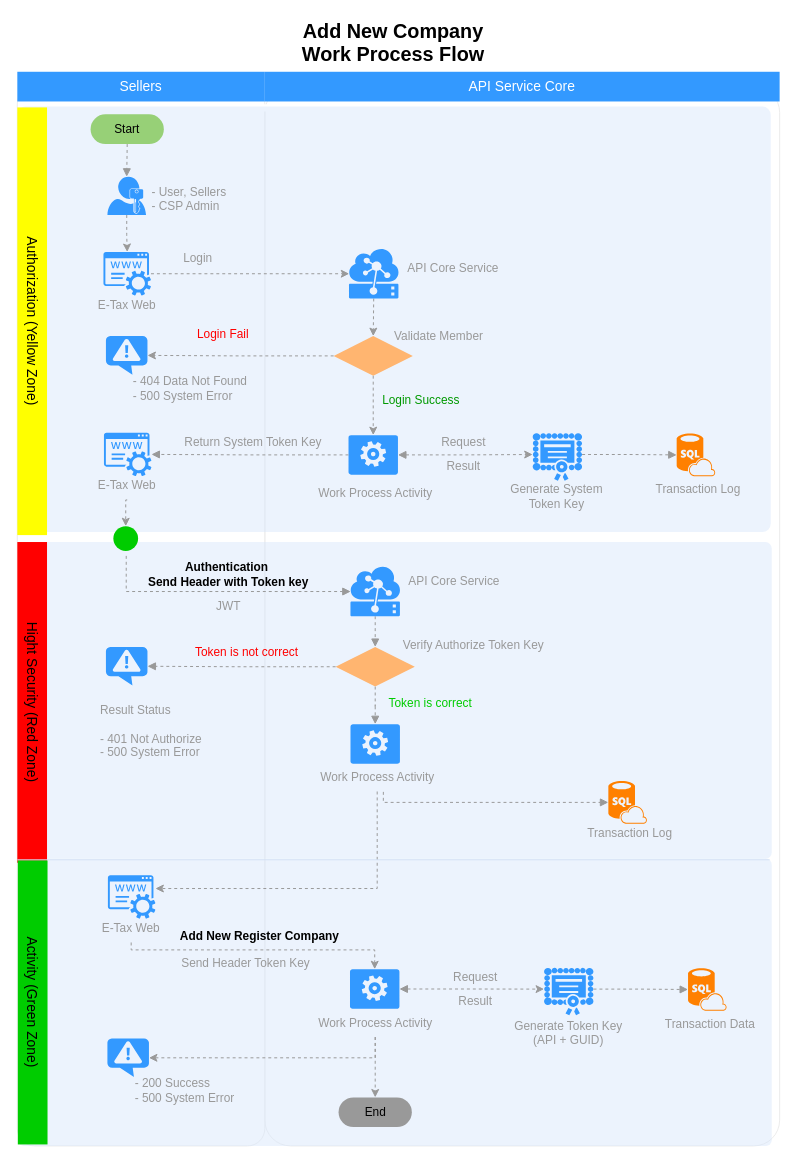
Above: Add New Company in the corporate.drawio in nirawat/eTax (draw.io), before the change. Source tidied: cells renumbered, new cells numbered last; positions are measured from the earlier drawing's top-left corner, leaving out a move shared by most shapes. Both pictures are drawn from the tidied source at 99%, with x=0, y=0 at pixel (-182, 17).
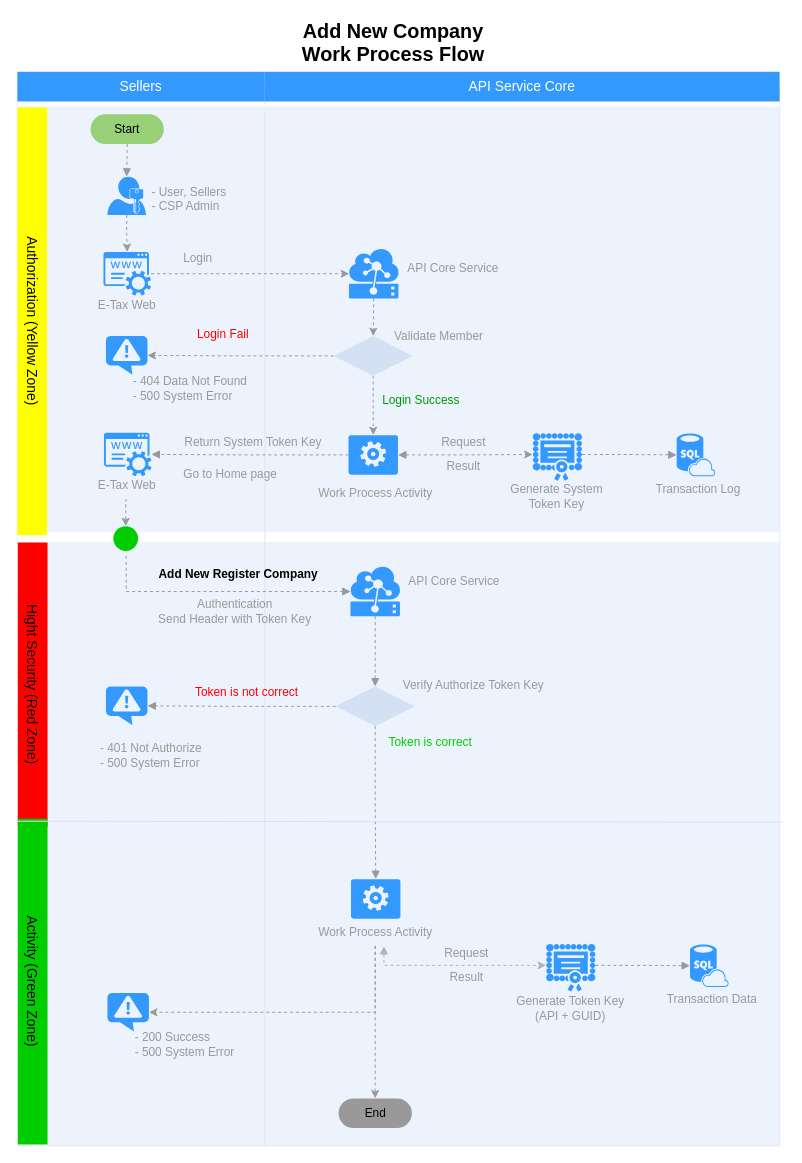
The same page after the edit.

Unchanged cells that the change refers to:
```xml
<mxCell id="17" style="group;" parent="16" vertex="1">
  <mxGeometry width="108" height="79" as="geometry" />
</mxCell>
<mxCell id="78" style="verticalLabelPosition=bottom;html=1;verticalAlign=top;align=center;strokeColor=none;fillColor=#3399FF;shape=mxgraph.azure.worker_role;fontSize=12;fontColor=#999999;" parent="77" vertex="1">
  <mxGeometry x="53" width="50" height="40" as="geometry" />
</mxCell>
```

The edit, as a diff of the source:
```diff
@@
-    <mxCell id="2" style="rounded=1;whiteSpace=wrap;html=1;strokeColor=#E6E6E6;strokeWidth=1;fillColor=#FFFFFF;fontFamily=Helvetica;fontSize=14;fontColor=#FFB366;opacity=75;verticalAlign=top;fontStyle=1;arcSize=5;" parent="1" vertex="1">
+    <mxCell id="2" style="rounded=1;whiteSpace=wrap;html=1;strokeColor=#E6E6E6;strokeWidth=1;fillColor=#FFFFFF;fontFamily=Helvetica;fontSize=14;fontColor=#FFB366;opacity=75;verticalAlign=top;fontStyle=1;arcSize=0;" parent="1" vertex="1">
       <mxGeometry x="451" y="70" width="520" height="1070" as="geometry" />
     </mxCell>
-    <mxCell id="3" style="rounded=1;whiteSpace=wrap;html=1;strokeColor=#E6E6E6;strokeWidth=1;fillColor=#FFFFFF;fontFamily=Helvetica;fontSize=14;fontColor=#FFB366;opacity=75;verticalAlign=top;fontStyle=1;arcSize=7;" parent="1" vertex="1">
+    <mxCell id="3" style="rounded=1;whiteSpace=wrap;html=1;strokeColor=#E6E6E6;strokeWidth=1;fillColor=#FFFFFF;fontFamily=Helvetica;fontSize=14;fontColor=#FFB366;opacity=75;verticalAlign=top;fontStyle=1;arcSize=0;" parent="1" vertex="1">
       <mxGeometry x="201" y="70" width="250" height="1070" as="geometry" />
     </mxCell>
@@
-    <mxCell id="5" style="rounded=1;whiteSpace=wrap;html=1;strokeColor=none;strokeWidth=1;fillColor=#dae8fc;fontSize=12;align=center;arcSize=2;opacity=50;" parent="1" vertex="1">
-      <mxGeometry x="202" y="850" width="761" height="290" as="geometry" />
+    <mxCell id="5" style="rounded=1;whiteSpace=wrap;html=1;strokeColor=none;strokeWidth=1;fillColor=#dae8fc;fontSize=12;align=center;arcSize=0;opacity=50;" parent="1" vertex="1">
+      <mxGeometry x="202" y="810" width="769" height="330" as="geometry" />
     </mxCell>
-    <mxCell id="6" style="rounded=1;whiteSpace=wrap;html=1;strokeColor=none;strokeWidth=1;fillColor=#dae8fc;fontSize=12;align=center;arcSize=2;opacity=50;" parent="1" vertex="1">
-      <mxGeometry x="202" y="530" width="761" height="320" as="geometry" />
+    <mxCell id="6" style="rounded=1;whiteSpace=wrap;html=1;strokeColor=none;strokeWidth=1;fillColor=#dae8fc;fontSize=12;align=center;arcSize=0;opacity=50;" parent="1" vertex="1">
+      <mxGeometry x="202" y="530" width="769" height="280" as="geometry" />
     </mxCell>
-    <mxCell id="7" style="rounded=1;whiteSpace=wrap;html=1;strokeColor=none;strokeWidth=1;fillColor=#dae8fc;fontSize=12;align=center;arcSize=2;opacity=50;" parent="1" vertex="1">
-      <mxGeometry x="201" y="90" width="761" height="430" as="geometry" />
+    <mxCell id="7" style="rounded=1;whiteSpace=wrap;html=1;strokeColor=none;strokeWidth=1;fillColor=#dae8fc;fontSize=12;align=center;arcSize=0;opacity=50;" parent="1" vertex="1">
+      <mxGeometry x="201" y="90" width="770" height="430" as="geometry" />
     </mxCell>
@@
     <mxCell id="11" style="verticalLabelPosition=bottom;html=1;verticalAlign=top;align=center;strokeColor=none;fillColor=#3399FF;shape=mxgraph.azure.notification_topic;fontSize=12;fontColor=#999999;" parent="1" vertex="1">
-      <mxGeometry x="290.5" y="636" width="42" height="39" as="geometry" />
+      <mxGeometry x="290.5" y="676" width="42" height="39" as="geometry" />
     </mxCell>
-    <mxCell id="12" value="Result Status&lt;br&gt;&lt;br&gt;- 401 Not Authorize&lt;br&gt;- 500 System Error&lt;br&gt;" style="text;html=1;strokeColor=none;fillColor=none;align=left;verticalAlign=middle;whiteSpace=wrap;rounded=0;fontSize=12;fontColor=#999999;" parent="1" vertex="1">
-      <mxGeometry x="283" y="682" width="143" height="77" as="geometry" />
+    <mxCell id="12" value="- 401 Not Authorize&lt;br&gt;- 500 System Error&lt;br&gt;" style="text;html=1;strokeColor=none;fillColor=none;align=left;verticalAlign=middle;whiteSpace=wrap;rounded=0;fontSize=12;fontColor=#999999;" parent="1" vertex="1">
+      <mxGeometry x="283" y="722" width="143" height="48" as="geometry" />
     </mxCell>
@@
-    <mxCell id="19" style="verticalLabelPosition=bottom;html=1;verticalAlign=top;align=center;strokeColor=none;fillColor=#FF8000;shape=mxgraph.azure.sql_database_sql_azure;fontSize=12;fontColor=#999999;" parent="17" vertex="1">
+    <mxCell id="19" style="verticalLabelPosition=bottom;html=1;verticalAlign=top;align=center;strokeColor=none;fillColor=#3399FF;shape=mxgraph.azure.sql_database_sql_azure;fontSize=12;fontColor=#999999;" parent="17" vertex="1">
       <mxGeometry x="31" y="10" width="39" height="43" as="geometry" />
     </mxCell>
@@
-    <mxCell id="43" style="edgeStyle=orthogonalEdgeStyle;rounded=0;jettySize=auto;html=1;exitX=0.5;exitY=1;exitDx=0;exitDy=0;dashed=1;startArrow=none;startFill=0;endArrow=block;endFill=1;strokeColor=#999999;" parent="1" edge="1" source="45" target="52">
+    <mxCell id="43" style="edgeStyle=orthogonalEdgeStyle;rounded=0;jettySize=auto;html=1;exitX=0.5;exitY=1;exitDx=0;exitDy=0;dashed=1;startArrow=none;startFill=0;endArrow=block;endFill=1;strokeColor=#999999;entryX=0.5;entryY=0;entryDx=0;entryDy=0;entryPerimeter=0;" parent="1" edge="1" source="45" target="78">
       <mxGeometry relative="1" as="geometry" />
     </mxCell>
@@
-    <mxCell id="45" style="rhombus;whiteSpace=wrap;html=1;strokeColor=none;strokeWidth=1;fillColor=#FFB570;fontSize=12;fontColor=#999999;align=left;" parent="1" vertex="1">
-      <mxGeometry x="522.5" y="636" width="80" height="40" as="geometry" />
+    <mxCell id="45" style="rhombus;whiteSpace=wrap;html=1;strokeColor=none;strokeWidth=1;fillColor=#D4E1F5;fontSize=12;fontColor=#999999;align=left;" parent="1" vertex="1">
+      <mxGeometry x="522.5" y="676" width="80" height="40" as="geometry" />
     </mxCell>
-    <mxCell id="46" value="Authentication&amp;nbsp;&lt;br&gt;Send Header with Token key&lt;br&gt;" style="text;html=1;strokeColor=none;fillColor=none;align=center;verticalAlign=middle;whiteSpace=wrap;rounded=0;fontSize=12;fontColor=#000000;fontStyle=1;" parent="1" vertex="1">
-      <mxGeometry x="318" y="546" width="193" height="34" as="geometry" />
+    <mxCell id="46" value="Add New Register Company&lt;br&gt;" style="text;html=1;strokeColor=none;fillColor=none;align=center;verticalAlign=middle;whiteSpace=wrap;rounded=0;fontSize=12;fontColor=#000000;fontStyle=1;" parent="1" vertex="1">
+      <mxGeometry x="318" y="546" width="213" height="34" as="geometry" />
     </mxCell>
@@
     <mxCell id="48" value="Token is correct" style="text;html=1;strokeColor=none;fillColor=none;align=center;verticalAlign=middle;whiteSpace=wrap;rounded=0;fontSize=12;fontColor=#00CC00;" parent="1" vertex="1">
-      <mxGeometry x="568" y="678.5" width="101" height="29" as="geometry" />
+      <mxGeometry x="568" y="718.5" width="101" height="29" as="geometry" />
     </mxCell>
     <mxCell id="49" value="Verify Authorize Token Key" style="text;html=1;strokeColor=none;fillColor=none;align=center;verticalAlign=middle;whiteSpace=wrap;rounded=0;fontSize=12;fontColor=#999999;" parent="1" vertex="1">
-      <mxGeometry x="582" y="620" width="160" height="29" as="geometry" />
+      <mxGeometry x="582" y="660" width="160" height="29" as="geometry" />
     </mxCell>
     <mxCell id="50" value="Token is not correct" style="text;html=1;strokeColor=none;fillColor=none;align=center;verticalAlign=middle;whiteSpace=wrap;rounded=0;fontSize=12;fontColor=#FF0000;" parent="1" vertex="1">
-      <mxGeometry x="371" y="627" width="124" height="29" as="geometry" />
+      <mxGeometry x="371" y="667" width="124" height="29" as="geometry" />
     </mxCell>
-    <mxCell id="51" style="group;" parent="1" vertex="1">
-      <mxGeometry x="484.5" y="746" width="160" height="72" as="geometry" />
-    </mxCell>
-    <mxCell id="52" style="verticalLabelPosition=bottom;html=1;verticalAlign=top;align=center;strokeColor=none;fillColor=#3399FF;shape=mxgraph.azure.worker_role;fontSize=12;fontColor=#999999;" parent="51" vertex="1">
-      <mxGeometry x="53" y="-32" width="50" height="40" as="geometry" />
-    </mxCell>
-    <mxCell id="53" value="Work Process Activity&lt;br&gt;" style="text;html=1;strokeColor=none;fillColor=none;align=center;verticalAlign=middle;whiteSpace=wrap;rounded=0;fontSize=12;fontColor=#999999;" parent="51" vertex="1">
-      <mxGeometry y="7" width="160" height="29" as="geometry" />
-    </mxCell>
-    <mxCell id="54" style="edgeStyle=orthogonalEdgeStyle;rounded=0;jettySize=auto;html=1;exitX=0.539;exitY=1.013;exitDx=0;exitDy=0;entryX=0;entryY=0.5;entryDx=0;entryDy=0;entryPerimeter=0;dashed=1;startArrow=none;startFill=0;endArrow=block;endFill=1;strokeColor=#999999;exitPerimeter=0;" parent="1" edge="1" source="53" target="100">
-      <mxGeometry relative="1" as="geometry">
-        <Array as="points">
-          <mxPoint x="571" y="793" />
-        </Array>
-      </mxGeometry>
-    </mxCell>
     <mxCell id="55" value="End" style="rounded=1;whiteSpace=wrap;html=1;fontColor=#000000;align=center;arcSize=50;labelBackgroundColor=none;fillColor=#999999;strokeColor=none;" parent="1" vertex="1">
-      <mxGeometry x="525.5" y="1091" width="74" height="30" as="geometry" />
+      <mxGeometry x="525.5" y="1092" width="74" height="30" as="geometry" />
     </mxCell>
@@
     <mxCell id="59" value="Hight Security (Red Zone)" style="whiteSpace=wrap;html=1;dashed=1;strokeColor=none;strokeWidth=2;fillColor=#FF0000;fontFamily=Helvetica;fontSize=14;fontColor=#000000;fontStyle=0;rotation=90;" parent="1" vertex="1">
-      <mxGeometry x="54" y="677" width="324" height="30" as="geometry" />
+      <mxGeometry x="73" y="659" width="287" height="30" as="geometry" />
     </mxCell>
@@
-    <mxCell id="65" style="rhombus;whiteSpace=wrap;html=1;strokeColor=none;strokeWidth=1;fillColor=#FFB570;fontSize=12;fontColor=#999999;align=left;" parent="1" vertex="1">
+    <mxCell id="65" style="rhombus;whiteSpace=wrap;html=1;strokeColor=none;strokeWidth=1;fillColor=#D4E1F5;fontSize=12;fontColor=#999999;align=left;" parent="1" vertex="1">
       <mxGeometry x="520.5" y="322" width="80" height="40" as="geometry" />
     </mxCell>
@@
     <mxCell id="71" value="Activity (Green Zone)" style="whiteSpace=wrap;html=1;dashed=1;strokeColor=none;strokeWidth=2;fillColor=#00CC00;fontFamily=Helvetica;fontSize=14;fontColor=#000000;fontStyle=0;rotation=90;" parent="1" vertex="1">
-      <mxGeometry x="73" y="980" width="287" height="30" as="geometry" />
+      <mxGeometry x="52" y="959" width="329" height="30" as="geometry" />
     </mxCell>
@@
-    <mxCell id="76" style="edgeStyle=orthogonalEdgeStyle;rounded=0;jettySize=auto;html=1;exitX=0.5;exitY=1;exitDx=0;exitDy=0;fontColor=#009900;strokeColor=#999999;dashed=1;" parent="1" edge="1" source="53" target="95">
-      <mxGeometry relative="1" as="geometry">
-        <Array as="points">
-          <mxPoint x="565" y="880" />
-        </Array>
-      </mxGeometry>
-    </mxCell>
     <mxCell id="77" style="group;" parent="1" vertex="1">
-      <mxGeometry x="484" y="961.5" width="160" height="72" as="geometry" />
+      <mxGeometry x="485" y="870.5" width="160" height="72" as="geometry" />
     </mxCell>
@@
     <mxCell id="79" style="group;" parent="1" vertex="1">
-      <mxGeometry x="702.5" y="1034" width="108" height="79" as="geometry" />
+      <mxGeometry x="702.5" y="942" width="108" height="79" as="geometry" />
     </mxCell>
-    <mxCell id="80" value="Add New Register Company&lt;br&gt;" style="text;html=1;strokeColor=none;fillColor=none;align=center;verticalAlign=middle;whiteSpace=wrap;rounded=0;fontSize=12;fontColor=#000000;fontStyle=1;" parent="1" vertex="1">
-      <mxGeometry x="362" y="919.5" width="168" height="16" as="geometry" />
-    </mxCell>
@@
+    <mxCell id="104" style="edgeStyle=orthogonalEdgeStyle;rounded=0;jettySize=auto;html=1;exitX=0.555;exitY=1.004;exitDx=0;exitDy=0;entryX=0;entryY=0.45;entryDx=0;entryDy=0;entryPerimeter=0;dashed=1;strokeColor=#B3B3B3;exitPerimeter=0;startArrow=block;startFill=1;" parent="1" edge="1" source="83" target="87">
+      <mxGeometry relative="1" as="geometry">
+        <Array as="points">
+          <mxPoint x="571" y="958" />
+        </Array>
+      </mxGeometry>
+    </mxCell>
     <mxCell id="83" value="Work Process Activity&lt;br&gt;" style="text;html=1;strokeColor=none;fillColor=none;align=center;verticalAlign=middle;whiteSpace=wrap;rounded=0;fontSize=12;fontColor=#999999;" parent="1" vertex="1">
-      <mxGeometry x="482.5" y="1001" width="160" height="29" as="geometry" />
+      <mxGeometry x="482.5" y="909" width="160" height="29" as="geometry" />
     </mxCell>
     <mxCell id="84" value="Transaction Data" style="text;html=1;strokeColor=none;fillColor=none;align=center;verticalAlign=middle;whiteSpace=wrap;rounded=0;fontSize=12;fontColor=#999999;" parent="1" vertex="1">
-      <mxGeometry x="846.5" y="1002.5" width="108" height="29" as="geometry" />
+      <mxGeometry x="848.5" y="977.5" width="108" height="29" as="geometry" />
     </mxCell>
-    <mxCell id="85" style="verticalLabelPosition=bottom;html=1;verticalAlign=top;align=center;strokeColor=none;fillColor=#FF8000;shape=mxgraph.azure.sql_database_sql_azure;fontSize=12;fontColor=#999999;" parent="1" vertex="1">
-      <mxGeometry x="878.5" y="960.5" width="39" height="43" as="geometry" />
+    <mxCell id="85" style="verticalLabelPosition=bottom;html=1;verticalAlign=top;align=center;strokeColor=none;fillColor=#3399FF;shape=mxgraph.azure.sql_database_sql_azure;fontSize=12;fontColor=#999999;" parent="1" vertex="1">
+      <mxGeometry x="880.5" y="936.5" width="39" height="43" as="geometry" />
     </mxCell>
     <mxCell id="86" value="Generate Token Key&lt;br&gt;(API + GUID)&lt;br&gt;" style="text;html=1;strokeColor=none;fillColor=none;align=center;verticalAlign=middle;whiteSpace=wrap;rounded=0;fontSize=12;fontColor=#999999;" parent="1" vertex="1">
-      <mxGeometry x="700.5" y="1008" width="114" height="36" as="geometry" />
+      <mxGeometry x="702.5" y="983" width="114" height="36" as="geometry" />
     </mxCell>
     <mxCell id="87" style="shadow=0;dashed=0;html=1;strokeColor=none;labelPosition=center;verticalLabelPosition=bottom;verticalAlign=top;align=center;shape=mxgraph.mscae.intune.inventory_license;fillColor=#3399FF;fontSize=14;" parent="1" vertex="1">
-      <mxGeometry x="733" y="960" width="50" height="48" as="geometry" />
+      <mxGeometry x="735" y="936" width="50" height="48" as="geometry" />
     </mxCell>
-    <mxCell id="88" style="edgeStyle=orthogonalEdgeStyle;rounded=0;jettySize=auto;html=1;exitX=1;exitY=0.5;exitDx=0;exitDy=0;exitPerimeter=0;entryX=0;entryY=0.45;entryDx=0;entryDy=0;entryPerimeter=0;dashed=1;strokeColor=#999999;startArrow=block;startFill=1;" parent="1" edge="1" source="78" target="87">
-      <mxGeometry relative="1" as="geometry" />
-    </mxCell>
     <mxCell id="89" value="Request" style="text;html=1;strokeColor=none;fillColor=none;align=center;verticalAlign=middle;whiteSpace=wrap;rounded=0;fontSize=12;fontColor=#999999;" parent="1" vertex="1">
-      <mxGeometry x="633.5" y="960" width="60" height="20" as="geometry" />
+      <mxGeometry x="624.5" y="935.5" width="60" height="20" as="geometry" />
     </mxCell>
     <mxCell id="90" value="Result" style="text;html=1;strokeColor=none;fillColor=none;align=center;verticalAlign=middle;whiteSpace=wrap;rounded=0;fontSize=12;fontColor=#999999;" parent="1" vertex="1">
-      <mxGeometry x="633.5" y="984" width="60" height="20" as="geometry" />
+      <mxGeometry x="624.5" y="959.5" width="60" height="20" as="geometry" />
     </mxCell>
@@
     <mxCell id="92" style="verticalLabelPosition=bottom;html=1;verticalAlign=top;align=center;strokeColor=none;fillColor=#3399FF;shape=mxgraph.azure.notification_topic;fontSize=12;fontColor=#999999;" parent="1" vertex="1">
-      <mxGeometry x="292" y="1031.5" width="42" height="39" as="geometry" />
+      <mxGeometry x="292" y="985.5" width="42" height="39" as="geometry" />
     </mxCell>
     <mxCell id="93" value="- 200 Success&lt;br&gt;- 500 System Error&lt;br&gt;" style="text;html=1;strokeColor=none;fillColor=none;align=left;verticalAlign=middle;whiteSpace=wrap;rounded=0;fontSize=12;fontColor=#999999;" parent="1" vertex="1">
-      <mxGeometry x="317.5" y="1066.5" width="143" height="35" as="geometry" />
+      <mxGeometry x="317.5" y="1020.5" width="143" height="35" as="geometry" />
     </mxCell>
-    <mxCell id="94" style="group;" parent="1" vertex="1">
-      <mxGeometry x="261" y="867.5" width="110" height="74" as="geometry" />
-    </mxCell>
-    <mxCell id="95" style="shadow=0;dashed=0;html=1;strokeColor=none;fillColor=#3399FF;labelPosition=center;verticalLabelPosition=bottom;verticalAlign=top;outlineConnect=0;align=center;shape=mxgraph.office.services.registrar_service;" parent="94" vertex="1">
-      <mxGeometry x="31.5" y="-1" width="48" height="44" as="geometry" />
-    </mxCell>
-    <mxCell id="96" value="E-Tax Web" style="text;html=1;strokeColor=none;fillColor=none;align=center;verticalAlign=middle;whiteSpace=wrap;rounded=0;fontSize=12;fontColor=#999999;" parent="94" vertex="1">
-      <mxGeometry y="37" width="110" height="30" as="geometry" />
-    </mxCell>
-    <mxCell id="97" style="edgeStyle=orthogonalEdgeStyle;rounded=0;jettySize=auto;html=1;exitX=0.5;exitY=1;exitDx=0;exitDy=0;entryX=0.5;entryY=0;entryDx=0;entryDy=0;entryPerimeter=0;dashed=1;strokeColor=#999999;fontColor=#009900;" parent="1" edge="1" source="96" target="78">
-      <mxGeometry relative="1" as="geometry">
-        <Array as="points">
-          <mxPoint x="316" y="942" />
-          <mxPoint x="562" y="942" />
-        </Array>
-      </mxGeometry>
-    </mxCell>
-    <mxCell id="98" style="group;" parent="1" vertex="1">
-      <mxGeometry x="766" y="771.5" width="108" height="71" as="geometry" />
-    </mxCell>
-    <mxCell id="99" value="Transaction Log" style="text;html=1;strokeColor=none;fillColor=none;align=center;verticalAlign=middle;whiteSpace=wrap;rounded=0;fontSize=12;fontColor=#999999;" parent="98" vertex="1">
-      <mxGeometry y="38" width="108" height="29" as="geometry" />
-    </mxCell>
-    <mxCell id="100" style="verticalLabelPosition=bottom;html=1;verticalAlign=top;align=center;strokeColor=none;fillColor=#FF8000;shape=mxgraph.azure.sql_database_sql_azure;fontSize=12;fontColor=#999999;" parent="98" vertex="1">
-      <mxGeometry x="32" width="39" height="43" as="geometry" />
-    </mxCell>
-    <mxCell id="101" value="JWT" style="text;html=1;strokeColor=none;fillColor=none;align=center;verticalAlign=middle;whiteSpace=wrap;rounded=0;fontSize=12;fontColor=#999999;" parent="1" vertex="1">
-      <mxGeometry x="364" y="580" width="101" height="29" as="geometry" />
+    <mxCell id="101" value="Authentication&lt;br&gt;Send Header with Token Key" style="text;html=1;strokeColor=none;fillColor=none;align=center;verticalAlign=middle;whiteSpace=wrap;rounded=0;fontSize=12;fontColor=#999999;" parent="1" vertex="1">
+      <mxGeometry x="321" y="580" width="200" height="40" as="geometry" />
     </mxCell>
-    <mxCell id="102" value="Send Header Token Key" style="text;html=1;strokeColor=none;fillColor=none;align=center;verticalAlign=middle;whiteSpace=wrap;rounded=0;fontSize=12;fontColor=#999999;" parent="1" vertex="1">
-      <mxGeometry x="337" y="941.5" width="190" height="29" as="geometry" />
-    </mxCell>
-    <mxCell id="103" style="endArrow=none;html=1;strokeColor=#D4E1F5;fontColor=#000000;" parent="1" edge="1">
+    <mxCell id="103" style="endArrow=none;html=1;strokeColor=#D4E1F5;fontColor=#000000;entryX=1.005;entryY=0.009;entryDx=0;entryDy=0;entryPerimeter=0;" parent="1" edge="1" target="5">
       <mxGeometry relative="1" as="geometry">
-        <mxPoint x="201" y="851" as="sourcePoint" />
-        <mxPoint x="961" y="851" as="targetPoint" />
+        <mxPoint x="201" y="812" as="sourcePoint" />
       </mxGeometry>
     </mxCell>
+    <mxCell id="105" value="Go to Home page" style="text;html=1;strokeColor=none;fillColor=none;align=left;verticalAlign=middle;whiteSpace=wrap;rounded=0;fontSize=12;fontColor=#999999;" parent="1" vertex="1">
+      <mxGeometry x="367" y="447.5" width="124" height="29" as="geometry" />
+    </mxCell>
```
